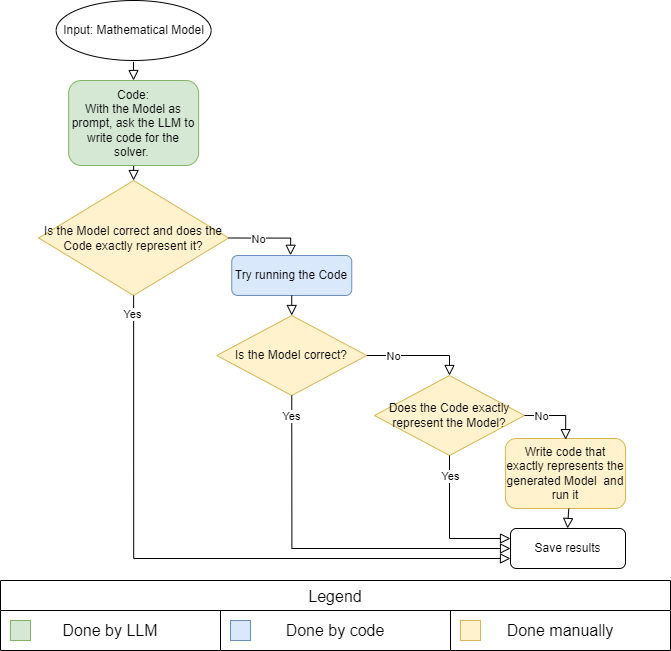
Before: PipelineFlowcharts/Evaluation.drawio.png, a diagram exported from draw.io (RiVuss/LLMsForOptimizationModelling). Source tidied: cells renumbered, new cells last; positions are measured from the earlier drawing's top-left corner, leaving out a move shared by most shapes.
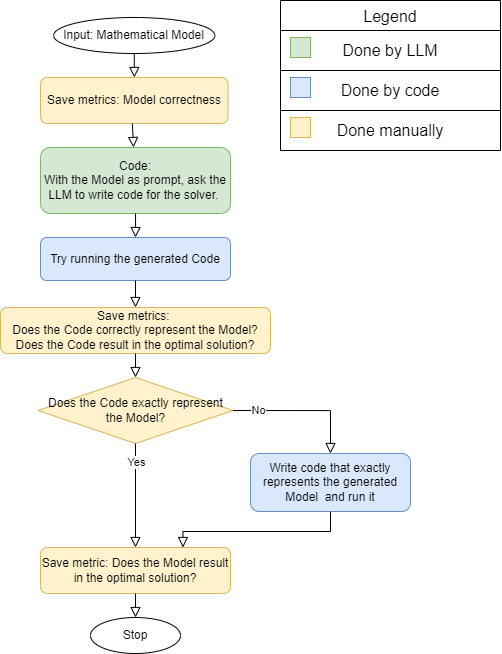
Above is the later version.

Commit message:
Improved the evaluation

What changed in the source:
```diff
@@ -2,140 +2,116 @@
   <root>
     <mxCell id="0" />
     <mxCell id="1" parent="0" />
-    <mxCell id="2" value="Is the Model correct and does the Code exactly represent it?" style="rhombus;whiteSpace=wrap;html=1;fillColor=#fff2cc;strokeColor=#d6b656;" parent="1" vertex="1">
-      <mxGeometry x="38.1" y="180" width="190" height="115" as="geometry" />
-    </mxCell>
-    <mxCell id="3" style="rounded=0;html=1;jettySize=auto;fontSize=11;endArrow=block;endFill=0;endSize=8;strokeWidth=1;shadow=0;labelBackgroundColor=none;edgeStyle=orthogonalEdgeStyle;entryX=0.5;entryY=0;entryDx=0;entryDy=0;exitX=0.5;exitY=1;exitDx=0;exitDy=0;" parent="1" edge="1" source="15" target="2">
-      <mxGeometry relative="1" as="geometry" />
-    </mxCell>
-    <mxCell id="4" style="rounded=0;html=1;jettySize=auto;fontSize=11;endArrow=block;endFill=0;endSize=8;strokeWidth=1;shadow=0;labelBackgroundColor=none;edgeStyle=orthogonalEdgeStyle;entryX=0.49;entryY=-0.005;entryDx=0;entryDy=0;exitX=1;exitY=0.5;exitDx=0;exitDy=0;entryPerimeter=0;" parent="1" edge="1" source="2" target="7">
-      <mxGeometry relative="1" as="geometry">
-        <Array as="points">
-          <mxPoint x="290" y="238" />
-        </Array>
-      </mxGeometry>
-    </mxCell>
-    <mxCell id="5" value="No" style="edgeLabel;html=1;align=center;verticalAlign=middle;" parent="4" vertex="1">
-      <mxGeometry x="-0.01" y="1" relative="1" as="geometry">
-        <mxPoint x="-11.5" y="1" as="offset" />
-      </mxGeometry>
-    </mxCell>
     <mxCell id="6" value="Does the Code exactly represent the Model?" style="rhombus;whiteSpace=wrap;html=1;fillColor=#fff2cc;strokeColor=#d6b656;" parent="1" vertex="1">
-      <mxGeometry x="374" y="375" width="150" height="80" as="geometry" />
+      <mxGeometry x="187.5" y="400" width="195" height="66" as="geometry" />
     </mxCell>
-    <mxCell id="7" value="Try running the Code" style="rounded=1;whiteSpace=wrap;html=1;fontSize=12;glass=0;strokeWidth=1;shadow=0;fillColor=#dae8fc;strokeColor=#6c8ebf;" parent="1" vertex="1">
-      <mxGeometry x="231.2" y="255" width="120" height="40" as="geometry" />
-    </mxCell>
-    <mxCell id="8" value="Is the Model correct?" style="rhombus;whiteSpace=wrap;html=1;fillColor=#fff2cc;strokeColor=#d6b656;" parent="1" vertex="1">
-      <mxGeometry x="216.2" y="315" width="150" height="80" as="geometry" />
-    </mxCell>
-    <mxCell id="9" value="Write code that exactly represents the generated Model&amp;nbsp; and run it" style="rounded=1;whiteSpace=wrap;html=1;fontSize=12;glass=0;strokeWidth=1;shadow=0;fillColor=#fff2cc;strokeColor=#d6b656;" parent="1" vertex="1">
-      <mxGeometry x="505" y="438" width="120" height="70" as="geometry" />
+    <mxCell id="9" value="Write code that exactly represents the generated Model&amp;nbsp; and run it" style="rounded=1;whiteSpace=wrap;html=1;fontSize=12;glass=0;strokeWidth=1;shadow=0;fillColor=#dae8fc;strokeColor=#6c8ebf;" parent="1" vertex="1">
+      <mxGeometry x="400" y="476" width="160" height="58" as="geometry" />
     </mxCell>
-    <mxCell id="10" style="rounded=0;html=1;jettySize=auto;fontSize=11;endArrow=block;endFill=0;endSize=8;strokeWidth=1;shadow=0;labelBackgroundColor=none;edgeStyle=orthogonalEdgeStyle;entryX=0.5;entryY=0;entryDx=0;entryDy=0;exitX=0.5;exitY=1;exitDx=0;exitDy=0;" parent="1" edge="1" source="7" target="8">
-      <mxGeometry relative="1" as="geometry" />
-    </mxCell>
-    <mxCell id="11" style="rounded=0;html=1;jettySize=auto;fontSize=11;endArrow=block;endFill=0;endSize=8;strokeWidth=1;shadow=0;labelBackgroundColor=none;edgeStyle=orthogonalEdgeStyle;entryX=0.5;entryY=0;entryDx=0;entryDy=0;exitX=1;exitY=0.5;exitDx=0;exitDy=0;" parent="1" edge="1" source="8" target="6">
-      <mxGeometry relative="1" as="geometry">
-        <Array as="points">
-          <mxPoint x="449" y="355" />
-        </Array>
-      </mxGeometry>
-    </mxCell>
-    <mxCell id="12" value="No" style="edgeLabel;html=1;align=center;verticalAlign=middle;" parent="11" vertex="1">
-      <mxGeometry x="-0.01" y="1" relative="1" as="geometry">
-        <mxPoint x="-24.6" y="1" as="offset" />
-      </mxGeometry>
-    </mxCell>
+    <mxCell id="15" value="Code: &lt;br&gt;With the Model as prompt, ask the LLM to write code for the solver.&amp;nbsp;" style="rounded=1;whiteSpace=wrap;html=1;fontSize=12;glass=0;strokeWidth=1;shadow=0;fillColor=#d5e8d4;strokeColor=#82b366;" parent="1" vertex="1">
+      <mxGeometry x="190" y="170" width="190" height="66" as="geometry" />
+    </mxCell>
+    <mxCell id="34" value="Try running the generated Code" style="rounded=1;whiteSpace=wrap;html=1;fontSize=12;glass=0;strokeWidth=1;shadow=0;fillColor=#dae8fc;strokeColor=#6c8ebf;" parent="1" vertex="1">
+      <mxGeometry x="190" y="260" width="190" height="43" as="geometry" />
+    </mxCell>
+    <mxCell id="35" value="Save metrics: Model correctness" style="rounded=1;whiteSpace=wrap;html=1;fillColor=#fff2cc;strokeColor=#d6b656;" parent="1" vertex="1">
+      <mxGeometry x="190" y="100" width="187.5" height="46" as="geometry" />
+    </mxCell>
+    <mxCell id="36" value="Save metrics:&amp;nbsp;&lt;div&gt;Does the Code correctly represent the Model?&lt;br&gt;&lt;div&gt;Does the Code result in the optimal solution?&lt;/div&gt;&lt;/div&gt;" style="rounded=1;whiteSpace=wrap;html=1;fillColor=#fff2cc;strokeColor=#d6b656;" parent="1" vertex="1">
+      <mxGeometry x="150" y="330" width="270" height="46" as="geometry" />
+    </mxCell>
+    <mxCell id="37" value="Save metric: Does the Model result in the optimal solution?" style="rounded=1;whiteSpace=wrap;html=1;fillColor=#fff2cc;strokeColor=#d6b656;" parent="1" vertex="1">
+      <mxGeometry x="190" y="570" width="190" height="46" as="geometry" />
+    </mxCell>
+    <mxCell id="38" value="Stop" style="ellipse;whiteSpace=wrap;html=1;" parent="1" vertex="1">
+      <mxGeometry x="240" y="640" width="90" height="36" as="geometry" />
+    </mxCell>
+    <mxCell id="39" style="rounded=0;html=1;jettySize=auto;orthogonalLoop=1;fontSize=11;endArrow=block;endFill=0;endSize=8;strokeWidth=1;shadow=0;labelBackgroundColor=none;edgeStyle=orthogonalEdgeStyle;entryX=0.5;entryY=0;entryDx=0;entryDy=0;exitX=0.5;exitY=1;exitDx=0;exitDy=0;" parent="1" edge="1">
+      <mxGeometry relative="1" as="geometry">
+        <mxPoint x="281.9" y="146" as="sourcePoint" />
+        <mxPoint x="283.1" y="170" as="targetPoint" />
+        <Array as="points">
+          <mxPoint x="283.1" y="146" />
+          <mxPoint x="283.1" y="170" />
+        </Array>
+      </mxGeometry>
+    </mxCell>
+    <mxCell id="40" style="rounded=0;html=1;jettySize=auto;fontSize=11;endArrow=block;endFill=0;endSize=8;strokeWidth=1;shadow=0;labelBackgroundColor=none;edgeStyle=orthogonalEdgeStyle;entryX=0.5;entryY=0;entryDx=0;entryDy=0;exitX=0.5;exitY=1;exitDx=0;exitDy=0;" parent="1" edge="1" source="15" target="34">
+      <mxGeometry relative="1" as="geometry">
+        <Array as="points">
+          <mxPoint x="285" y="250" />
+          <mxPoint x="285" y="250" />
+        </Array>
+      </mxGeometry>
+    </mxCell>
+    <mxCell id="41" style="rounded=0;html=1;jettySize=auto;fontSize=11;endArrow=block;endFill=0;endSize=8;strokeWidth=1;shadow=0;labelBackgroundColor=none;edgeStyle=orthogonalEdgeStyle;entryX=0.5;entryY=0;entryDx=0;entryDy=0;exitX=0.5;exitY=1;exitDx=0;exitDy=0;" parent="1" edge="1" source="34" target="36">
+      <mxGeometry relative="1" as="geometry" />
+    </mxCell>
+    <mxCell id="42" style="rounded=0;html=1;jettySize=auto;fontSize=11;endArrow=block;endFill=0;endSize=8;strokeWidth=1;shadow=0;labelBackgroundColor=none;edgeStyle=orthogonalEdgeStyle;entryX=0.5;entryY=0;entryDx=0;entryDy=0;exitX=0.5;exitY=1;exitDx=0;exitDy=0;" parent="1" edge="1" source="36" target="6">
+      <mxGeometry relative="1" as="geometry" />
+    </mxCell>
+    <mxCell id="43" style="rounded=0;html=1;jettySize=auto;fontSize=11;endArrow=block;endFill=0;endSize=8;strokeWidth=1;shadow=0;labelBackgroundColor=none;edgeStyle=orthogonalEdgeStyle;entryX=0.5;entryY=0;entryDx=0;entryDy=0;exitX=0.5;exitY=1;exitDx=0;exitDy=0;" parent="1" edge="1" source="6" target="37">
+      <mxGeometry relative="1" as="geometry" />
+    </mxCell>
+    <mxCell id="44" value="Yes" style="edgeLabel;html=1;align=center;verticalAlign=middle;" parent="43" vertex="1">
+      <mxGeometry x="-0.66" relative="1" as="geometry" />
+    </mxCell>
-    <mxCell id="13" style="rounded=0;html=1;jettySize=auto;fontSize=11;endArrow=block;endFill=0;endSize=8;strokeWidth=1;shadow=0;labelBackgroundColor=none;edgeStyle=orthogonalEdgeStyle;exitX=1;exitY=0.5;exitDx=0;exitDy=0;entryX=0.501;entryY=0.016;entryDx=0;entryDy=0;entryPerimeter=0;" parent="1" edge="1" source="6" target="9">
-      <mxGeometry relative="1" as="geometry">
-        <Array as="points">
-          <mxPoint x="565" y="415" />
-        </Array>
-      </mxGeometry>
+    <mxCell id="13" style="rounded=0;html=1;jettySize=auto;fontSize=11;endArrow=block;endFill=0;endSize=8;strokeWidth=1;shadow=0;labelBackgroundColor=none;edgeStyle=orthogonalEdgeStyle;entryX=0.5;entryY=0;entryDx=0;entryDy=0;exitX=1;exitY=0.5;exitDx=0;exitDy=0;" parent="1" edge="1" source="6" target="9">
+      <mxGeometry relative="1" as="geometry" />
     </mxCell>
-    <mxCell id="14" value="No" style="edgeLabel;html=1;align=center;verticalAlign=middle;" parent="13" vertex="1">
-      <mxGeometry x="-0.01" y="1" relative="1" as="geometry">
-        <mxPoint x="-16" y="1" as="offset" />
-      </mxGeometry>
-    </mxCell>
-    <mxCell id="15" value="Code: &lt;br&gt;With the Model as prompt, ask the LLM to write code for the solver.&amp;nbsp;" style="rounded=1;whiteSpace=wrap;html=1;fontSize=12;glass=0;strokeWidth=1;shadow=0;fillColor=#d5e8d4;strokeColor=#82b366;" parent="1" vertex="1">
-      <mxGeometry x="68.1" y="80" width="130" height="85" as="geometry" />
-    </mxCell>
-    <mxCell id="16" value="Save results" style="rounded=1;whiteSpace=wrap;html=1;" parent="1" vertex="1">
-      <mxGeometry x="510" y="528" width="115" height="40" as="geometry" />
-    </mxCell>
-    <mxCell id="17" style="rounded=0;html=1;jettySize=auto;fontSize=11;endArrow=block;endFill=0;endSize=8;strokeWidth=1;shadow=0;labelBackgroundColor=none;edgeStyle=orthogonalEdgeStyle;exitX=0.5;exitY=1;exitDx=0;exitDy=0;" parent="1" edge="1" source="2" target="16">
-      <mxGeometry relative="1" as="geometry">
-        <Array as="points">
-          <mxPoint x="133" y="558" />
-        </Array>
-      </mxGeometry>
-    </mxCell>
-    <mxCell id="18" value="Yes" style="edgeLabel;html=1;align=center;verticalAlign=middle;" parent="17" vertex="1">
-      <mxGeometry x="-0.01" y="1" relative="1" as="geometry">
-        <mxPoint x="-57" y="-244" as="offset" />
-      </mxGeometry>
-    </mxCell>
-    <mxCell id="19" style="rounded=0;html=1;jettySize=auto;fontSize=11;endArrow=block;endFill=0;endSize=8;strokeWidth=1;shadow=0;labelBackgroundColor=none;edgeStyle=orthogonalEdgeStyle;exitX=0.5;exitY=1;exitDx=0;exitDy=0;entryX=0;entryY=0.5;entryDx=0;entryDy=0;" parent="1" edge="1" source="8" target="16">
-      <mxGeometry relative="1" as="geometry">
-        <Array as="points">
-          <mxPoint x="291" y="548" />
-        </Array>
-      </mxGeometry>
-    </mxCell>
-    <mxCell id="20" style="rounded=0;html=1;jettySize=auto;fontSize=11;endArrow=block;endFill=0;endSize=8;strokeWidth=1;shadow=0;labelBackgroundColor=none;edgeStyle=orthogonalEdgeStyle;entryX=0;entryY=0.25;entryDx=0;entryDy=0;exitX=0.5;exitY=1;exitDx=0;exitDy=0;" parent="1" edge="1" source="6" target="16">
-      <mxGeometry relative="1" as="geometry">
-        <Array as="points">
-          <mxPoint x="449" y="538" />
-        </Array>
-      </mxGeometry>
-    </mxCell>
-    <mxCell id="21" style="rounded=0;html=1;jettySize=auto;fontSize=11;endArrow=block;endFill=0;endSize=8;strokeWidth=1;shadow=0;labelBackgroundColor=none;edgeStyle=orthogonalEdgeStyle;entryX=0.5;entryY=0;entryDx=0;entryDy=0;exitX=0.527;exitY=1.003;exitDx=0;exitDy=0;exitPerimeter=0;" parent="1" edge="1" source="9">
-      <mxGeometry relative="1" as="geometry">
-        <mxPoint x="567.1" y="528" as="targetPoint" />
-        <Array as="points">
-          <mxPoint x="567" y="508" />
-        </Array>
-      </mxGeometry>
-    </mxCell>
-    <mxCell id="22" value="Yes" style="edgeLabel;html=1;align=center;verticalAlign=middle;" parent="1" vertex="1">
-      <mxGeometry x="290" y="415" as="geometry" />
-    </mxCell>
-    <mxCell id="23" value="Yes" style="edgeLabel;html=1;align=center;verticalAlign=middle;" parent="1" vertex="1">
-      <mxGeometry x="449" y="475" as="geometry" />
-    </mxCell>
+    <mxCell id="45" value="No" style="edgeLabel;html=1;align=center;verticalAlign=middle;" parent="13" vertex="1">
+      <mxGeometry x="-0.64" y="1" relative="1" as="geometry" />
+    </mxCell>
+    <mxCell id="46" style="rounded=0;html=1;jettySize=auto;fontSize=11;endArrow=block;endFill=0;endSize=8;strokeWidth=1;shadow=0;labelBackgroundColor=none;edgeStyle=orthogonalEdgeStyle;entryX=0.75;entryY=0;entryDx=0;entryDy=0;exitX=0.5;exitY=1;exitDx=0;exitDy=0;" parent="1" edge="1" source="9" target="37">
+      <mxGeometry relative="1" as="geometry">
+        <Array as="points">
+          <mxPoint x="480" y="554" />
+          <mxPoint x="332" y="554" />
+        </Array>
+      </mxGeometry>
+    </mxCell>
+    <mxCell id="47" style="rounded=0;html=1;jettySize=auto;fontSize=11;endArrow=block;endFill=0;endSize=8;strokeWidth=1;shadow=0;labelBackgroundColor=none;edgeStyle=orthogonalEdgeStyle;entryX=0.5;entryY=0;entryDx=0;entryDy=0;exitX=0.5;exitY=1;exitDx=0;exitDy=0;" parent="1" edge="1" source="37" target="38">
+      <mxGeometry relative="1" as="geometry" />
+    </mxCell>
     <mxCell id="24" value="Input: Mathematical Model" style="ellipse;whiteSpace=wrap;html=1;" parent="1" vertex="1">
-      <mxGeometry x="55.6" width="155" height="60" as="geometry" />
+      <mxGeometry x="203.1" y="40" width="161.2" height="36" as="geometry" />
     </mxCell>
-    <mxCell id="25" style="rounded=0;html=1;jettySize=auto;fontSize=11;endArrow=block;endFill=0;endSize=8;strokeWidth=1;shadow=0;labelBackgroundColor=none;edgeStyle=orthogonalEdgeStyle;entryX=0.5;entryY=0;entryDx=0;entryDy=0;exitX=0.499;exitY=1.022;exitDx=0;exitDy=0;exitPerimeter=0;" parent="1" edge="1" source="24">
-      <mxGeometry relative="1" as="geometry">
-        <mxPoint x="133" y="80" as="targetPoint" />
-      </mxGeometry>
-    </mxCell>
+    <mxCell id="48" style="rounded=0;html=1;jettySize=auto;fontSize=11;endArrow=block;endFill=0;endSize=8;strokeWidth=1;shadow=0;labelBackgroundColor=none;edgeStyle=orthogonalEdgeStyle;entryX=0.5;entryY=0;entryDx=0;entryDy=0;exitX=0.5;exitY=1;exitDx=0;exitDy=0;" parent="1" edge="1" source="24" target="35">
+      <mxGeometry relative="1" as="geometry">
+        <Array as="points">
+          <mxPoint x="284" y="100" />
+        </Array>
+      </mxGeometry>
+    </mxCell>
     <mxCell id="26" value="Legend" style="shape=table;startSize=30;strokeColor=default;fontSize=16;" parent="1" vertex="1">
-      <mxGeometry y="580" width="670" height="70" as="geometry" />
+      <mxGeometry x="430" y="23" width="220" height="150" as="geometry" />
     </mxCell>
-    <mxCell id="27" style="shape=tableRow;horizontal=0;startSize=0;swimlaneHead=0;swimlaneBody=0;strokeColor=inherit;top=0;left=0;bottom=0;right=0;fillColor=none;fontSize=16;" parent="26" vertex="1">
-      <mxGeometry y="30" width="670" height="40" as="geometry" />
-    </mxCell>
+    <mxCell id="49" style="shape=tableRow;horizontal=0;startSize=0;swimlaneHead=0;swimlaneBody=0;strokeColor=inherit;top=0;left=0;bottom=0;right=0;fillColor=none;fontSize=16;" parent="26" vertex="1">
+      <mxGeometry y="30" width="220" height="40" as="geometry" />
+    </mxCell>
-    <mxCell id="28" value="Done by LLM" style="shape=partialRectangle;html=1;whiteSpace=wrap;strokeColor=inherit;overflow=hidden;fillColor=none;top=0;left=0;bottom=0;right=0;fontSize=16;" parent="27" vertex="1">
+    <mxCell id="28" value="Done by LLM" style="shape=partialRectangle;html=1;whiteSpace=wrap;strokeColor=inherit;overflow=hidden;fillColor=none;top=0;left=0;bottom=0;right=0;fontSize=16;" parent="49" vertex="1">
       <mxGeometry width="220" height="40" as="geometry" />
     </mxCell>
+    <mxCell id="50" style="shape=tableRow;horizontal=0;startSize=0;swimlaneHead=0;swimlaneBody=0;strokeColor=inherit;top=0;left=0;bottom=0;right=0;fillColor=none;fontSize=16;" parent="26" vertex="1">
+      <mxGeometry y="70" width="220" height="40" as="geometry" />
+    </mxCell>
-    <mxCell id="29" value="Done by code" style="shape=partialRectangle;html=1;whiteSpace=wrap;strokeColor=inherit;overflow=hidden;fillColor=none;top=0;left=0;bottom=0;right=0;fontSize=16;" parent="27" vertex="1">
-      <mxGeometry x="220" width="230" height="40" as="geometry" />
+    <mxCell id="29" value="Done by code" style="shape=partialRectangle;html=1;whiteSpace=wrap;strokeColor=inherit;overflow=hidden;fillColor=none;top=0;left=0;bottom=0;right=0;fontSize=16;" parent="50" vertex="1">
+      <mxGeometry width="220" height="40" as="geometry" />
     </mxCell>
+    <mxCell id="51" style="shape=tableRow;horizontal=0;startSize=0;swimlaneHead=0;swimlaneBody=0;strokeColor=inherit;top=0;left=0;bottom=0;right=0;fillColor=none;fontSize=16;" parent="26" vertex="1">
+      <mxGeometry y="110" width="220" height="40" as="geometry" />
+    </mxCell>
-    <mxCell id="30" value="Done manually" style="shape=partialRectangle;html=1;whiteSpace=wrap;strokeColor=inherit;overflow=hidden;fillColor=none;top=0;left=0;bottom=0;right=0;fontSize=16;" parent="27" vertex="1">
-      <mxGeometry x="450" width="220" height="40" as="geometry" />
+    <mxCell id="30" value="Done manually" style="shape=partialRectangle;html=1;whiteSpace=wrap;strokeColor=inherit;overflow=hidden;fillColor=none;top=0;left=0;bottom=0;right=0;fontSize=16;" parent="51" vertex="1">
+      <mxGeometry width="220" height="40" as="geometry" />
     </mxCell>
-    <mxCell id="31" style="rounded=0;whiteSpace=wrap;html=1;fillColor=#d5e8d4;strokeColor=#82b366;" parent="1" vertex="1">
-      <mxGeometry x="10" y="620" width="20" height="20" as="geometry" />
-    </mxCell>
-    <mxCell id="32" style="rounded=0;whiteSpace=wrap;html=1;fillColor=#dae8fc;strokeColor=#6c8ebf;" parent="1" vertex="1">
-      <mxGeometry x="230" y="620" width="20" height="20" as="geometry" />
-    </mxCell>
-    <mxCell id="33" style="rounded=0;whiteSpace=wrap;html=1;fillColor=#fff2cc;strokeColor=#d6b656;" parent="1" vertex="1">
-      <mxGeometry x="460" y="620" width="20" height="20" as="geometry" />
-    </mxCell>
+    <mxCell id="52" style="rounded=0;whiteSpace=wrap;html=1;fillColor=#d5e8d4;strokeColor=#82b366;" parent="1" vertex="1">
+      <mxGeometry x="440" y="60" width="20" height="20" as="geometry" />
+    </mxCell>
+    <mxCell id="53" style="rounded=0;whiteSpace=wrap;html=1;fillColor=#fff2cc;strokeColor=#d6b656;" parent="1" vertex="1">
+      <mxGeometry x="440" y="140" width="20" height="20" as="geometry" />
+    </mxCell>
+    <mxCell id="54" style="rounded=0;whiteSpace=wrap;html=1;fillColor=#dae8fc;strokeColor=#6c8ebf;" parent="1" vertex="1">
+      <mxGeometry x="440" y="100" width="20" height="20" as="geometry" />
+    </mxCell>
   </root>
 </mxGraphModel>
```
